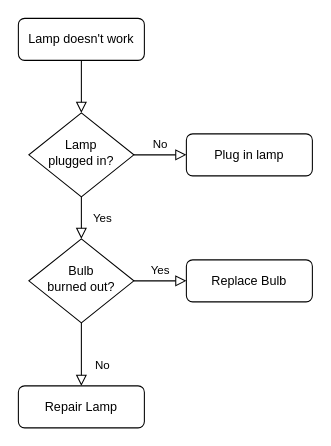
Above: doc/Untitled Diagram.drawio in janetckm/Materialib (draw.io), before the change. Source tidied: cells renumbered, new cells numbered last; positions are measured from the earlier drawing's top-left corner, leaving out a move shared by most shapes. Both pictures are drawn from the tidied source at 105%, with x=0, y=0 at pixel (18, 18).
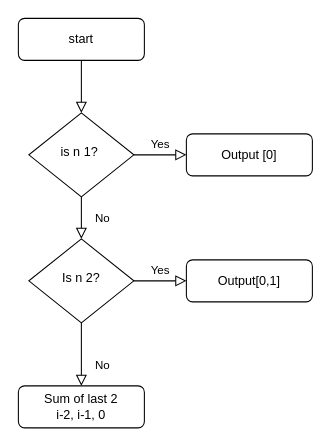
The same diagram, later.

The edit, as a diff of the source:
```diff
@@
 <mxGraphModel>
   <root>
     <mxCell id="0" />
     <mxCell id="1" parent="0" />
     <mxCell id="2" style="rounded=0;html=1;jettySize=auto;fontSize=11;endArrow=block;endFill=0;endSize=8;strokeWidth=1;shadow=0;labelBackgroundColor=none;edgeStyle=orthogonalEdgeStyle;" parent="1" edge="1" source="3" target="6">
       <mxGeometry relative="1" as="geometry" />
     </mxCell>
-    <mxCell id="3" value="Lamp doesn't work" style="rounded=1;whiteSpace=wrap;html=1;fontSize=12;glass=0;strokeWidth=1;shadow=0;" parent="1" vertex="1">
+    <mxCell id="3" value="start" style="rounded=1;whiteSpace=wrap;html=1;fontSize=12;glass=0;strokeWidth=1;shadow=0;" parent="1" vertex="1">
       <mxGeometry width="120" height="40" as="geometry" />
     </mxCell>
-    <mxCell id="4" value="Yes" style="rounded=0;html=1;jettySize=auto;fontSize=11;endArrow=block;endFill=0;endSize=8;strokeWidth=1;shadow=0;labelBackgroundColor=none;edgeStyle=orthogonalEdgeStyle;" parent="1" edge="1" source="6" target="10">
+    <mxCell id="4" value="No" style="rounded=0;html=1;jettySize=auto;fontSize=11;endArrow=block;endFill=0;endSize=8;strokeWidth=1;shadow=0;labelBackgroundColor=none;edgeStyle=orthogonalEdgeStyle;" parent="1" edge="1" source="6" target="10">
       <mxGeometry y="20" relative="1" as="geometry" />
     </mxCell>
-    <mxCell id="5" value="No" style="edgeStyle=orthogonalEdgeStyle;rounded=0;html=1;jettySize=auto;fontSize=11;endArrow=block;endFill=0;endSize=8;strokeWidth=1;shadow=0;labelBackgroundColor=none;" parent="1" edge="1" source="6" target="7">
+    <mxCell id="5" value="Yes" style="edgeStyle=orthogonalEdgeStyle;rounded=0;html=1;jettySize=auto;fontSize=11;endArrow=block;endFill=0;endSize=8;strokeWidth=1;shadow=0;labelBackgroundColor=none;" parent="1" edge="1" source="6" target="7">
       <mxGeometry y="10" relative="1" as="geometry" />
     </mxCell>
-    <mxCell id="6" value="Lamp&lt;br&gt;plugged in?" style="rhombus;whiteSpace=wrap;html=1;shadow=0;fontFamily=Helvetica;fontSize=12;align=center;strokeWidth=1;spacing=6;spacingTop=-4;" parent="1" vertex="1">
+    <mxCell id="6" value="is n 1?&amp;nbsp;" style="rhombus;whiteSpace=wrap;html=1;shadow=0;fontFamily=Helvetica;fontSize=12;align=center;strokeWidth=1;spacing=6;spacingTop=-4;" parent="1" vertex="1">
       <mxGeometry x="10" y="90" width="100" height="80" as="geometry" />
     </mxCell>
-    <mxCell id="7" value="Plug in lamp" style="rounded=1;whiteSpace=wrap;html=1;fontSize=12;glass=0;strokeWidth=1;shadow=0;" parent="1" vertex="1">
+    <mxCell id="7" value="Output [0]" style="rounded=1;whiteSpace=wrap;html=1;fontSize=12;glass=0;strokeWidth=1;shadow=0;" parent="1" vertex="1">
       <mxGeometry x="160" y="110" width="120" height="40" as="geometry" />
     </mxCell>
     <mxCell id="8" value="No" style="rounded=0;html=1;jettySize=auto;fontSize=11;endArrow=block;endFill=0;endSize=8;strokeWidth=1;shadow=0;labelBackgroundColor=none;edgeStyle=orthogonalEdgeStyle;" parent="1" edge="1" source="10" target="11">
       <mxGeometry x="0.33" y="20" relative="1" as="geometry" />
     </mxCell>
     <mxCell id="9" value="Yes" style="edgeStyle=orthogonalEdgeStyle;rounded=0;html=1;jettySize=auto;fontSize=11;endArrow=block;endFill=0;endSize=8;strokeWidth=1;shadow=0;labelBackgroundColor=none;" parent="1" edge="1" source="10" target="12">
       <mxGeometry y="10" relative="1" as="geometry" />
     </mxCell>
-    <mxCell id="10" value="Bulb&lt;br&gt;burned out?" style="rhombus;whiteSpace=wrap;html=1;shadow=0;fontFamily=Helvetica;fontSize=12;align=center;strokeWidth=1;spacing=6;spacingTop=-4;" parent="1" vertex="1">
+    <mxCell id="10" value="Is n 2?" style="rhombus;whiteSpace=wrap;html=1;shadow=0;fontFamily=Helvetica;fontSize=12;align=center;strokeWidth=1;spacing=6;spacingTop=-4;" parent="1" vertex="1">
       <mxGeometry x="10" y="210" width="100" height="80" as="geometry" />
     </mxCell>
-    <mxCell id="11" value="Repair Lamp" style="rounded=1;whiteSpace=wrap;html=1;fontSize=12;glass=0;strokeWidth=1;shadow=0;" parent="1" vertex="1">
+    <mxCell id="11" value="Sum of last 2&lt;br&gt;i-2, i-1, 0" style="rounded=1;whiteSpace=wrap;html=1;fontSize=12;glass=0;strokeWidth=1;shadow=0;" parent="1" vertex="1">
       <mxGeometry y="350" width="120" height="40" as="geometry" />
     </mxCell>
-    <mxCell id="12" value="Replace Bulb" style="rounded=1;whiteSpace=wrap;html=1;fontSize=12;glass=0;strokeWidth=1;shadow=0;" parent="1" vertex="1">
+    <mxCell id="12" value="Output[0,1]" style="rounded=1;whiteSpace=wrap;html=1;fontSize=12;glass=0;strokeWidth=1;shadow=0;" parent="1" vertex="1">
       <mxGeometry x="160" y="230" width="120" height="40" as="geometry" />
     </mxCell>
   </root>
 </mxGraphModel>
```
